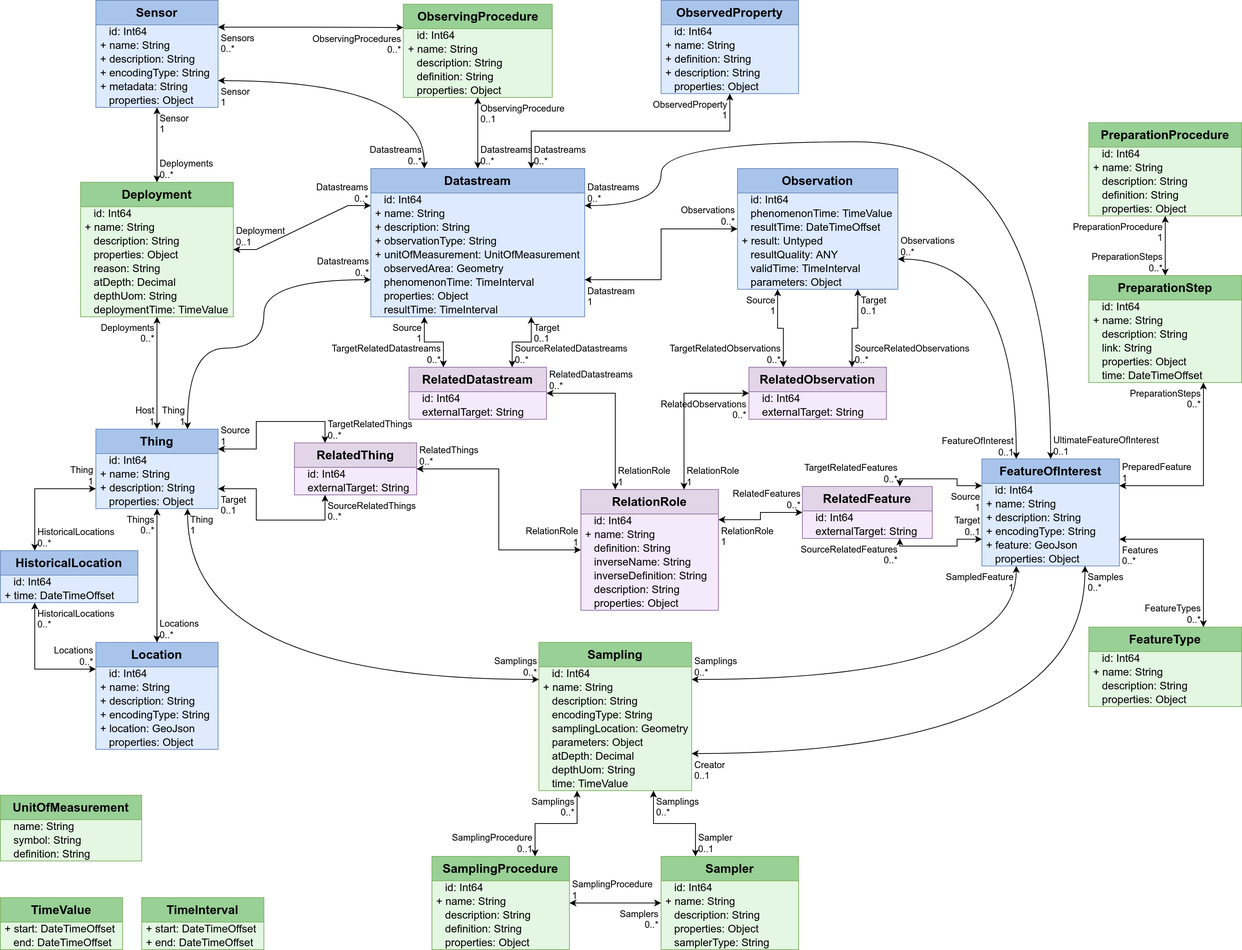
Before: Datamodel-SensorThingsApi-WaterQualityIE-implemented.drawio.png, a diagram exported from draw.io (hylkevds/FROST-Server.Plugin.WaterQualityIE). Source tidied: cells renumbered, new cells last; positions are measured from the earlier drawing's top-left corner, leaving out a move shared by most shapes.
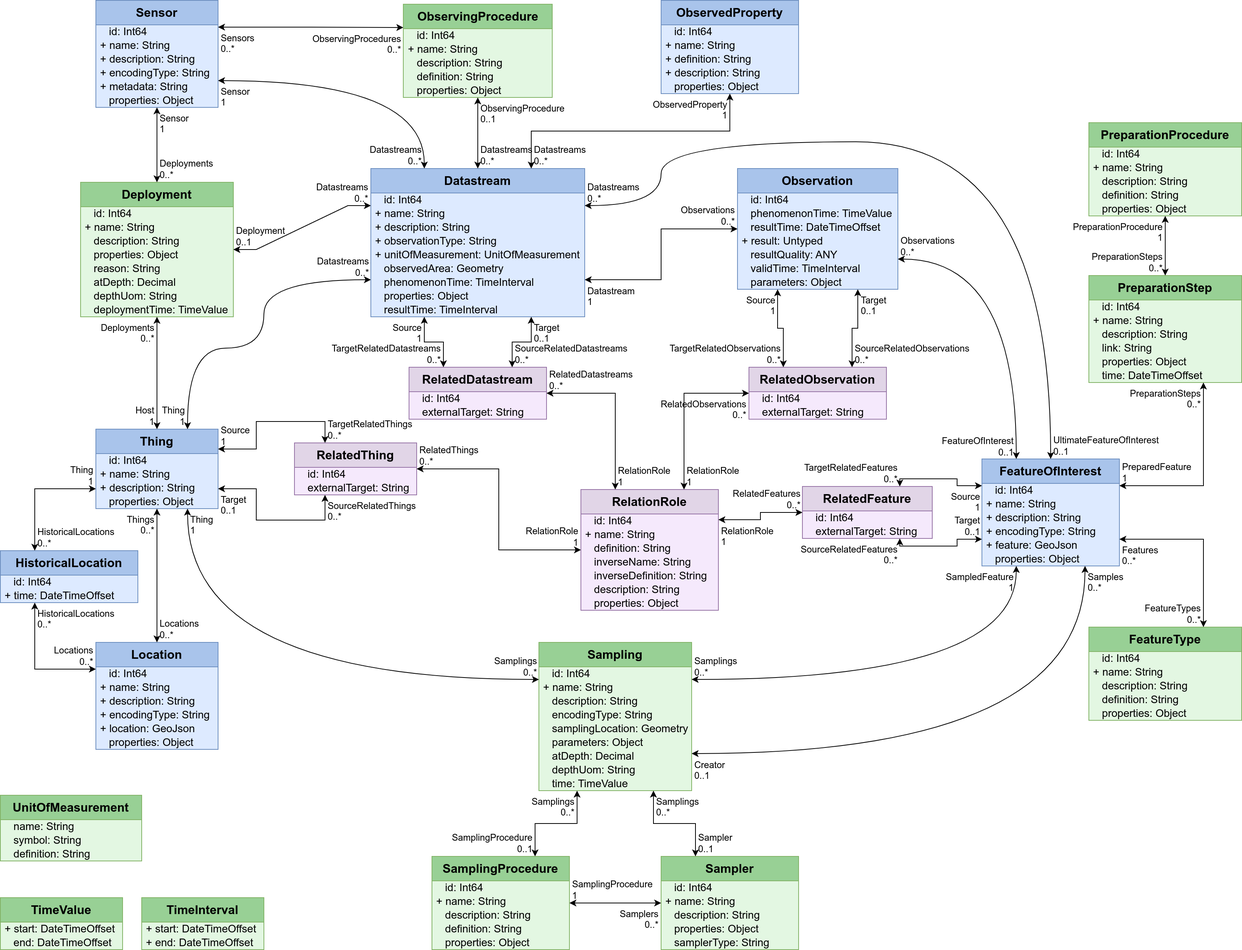
The same file after the commit.

Commit message:
Added definition field to FeatureType

Change to the diagram source:
```diff
@@ -96,7 +96,7 @@
       <mxGeometry x="1" relative="1" as="geometry" />
     </mxCell>
     <mxCell id="31" value="FeatureType" style="swimlane;fontStyle=1;horizontal=1;startSize=32;fontSize=16;whiteSpace=wrap;html=1;fillColor=#98D095;strokeColor=#82b366;swimlaneFillColor=#E3F7E2;" parent="1" vertex="1">
-      <mxGeometry x="1425" y="820" width="200" height="104" as="geometry" />
+      <mxGeometry x="1425" y="820" width="200" height="122" as="geometry" />
     </mxCell>
     <mxCell id="32" value="&amp;nbsp;&amp;nbsp;&amp;nbsp;id: Int64" style="text;strokeColor=none;fillColor=none;align=left;verticalAlign=middle;spacingLeft=4;spacingRight=4;overflow=visible;html=1;fontSize=14;" parent="31" vertex="1">
       <mxGeometry y="32" width="200" height="18" as="geometry" />
@@ -107,8 +107,11 @@
     <mxCell id="34" value="&amp;nbsp;&amp;nbsp;&amp;nbsp;description: String" style="text;strokeColor=none;fillColor=none;align=left;verticalAlign=middle;spacingLeft=4;spacingRight=4;overflow=visible;html=1;fontSize=14;" parent="31" vertex="1">
       <mxGeometry y="68" width="200" height="18" as="geometry" />
     </mxCell>
+    <mxCell id="245" value="&amp;nbsp;&amp;nbsp;&amp;nbsp;definition: String" style="text;strokeColor=none;fillColor=none;align=left;verticalAlign=middle;spacingLeft=4;spacingRight=4;overflow=visible;html=1;fontSize=14;" parent="31" vertex="1">
+      <mxGeometry y="86" width="200" height="18" as="geometry" />
+    </mxCell>
     <mxCell id="35" value="&amp;nbsp;&amp;nbsp;&amp;nbsp;properties: Object" style="text;strokeColor=none;fillColor=none;align=left;verticalAlign=middle;spacingLeft=4;spacingRight=4;overflow=visible;html=1;fontSize=14;" parent="31" vertex="1">
-      <mxGeometry y="86" width="200" height="18" as="geometry" />
+      <mxGeometry y="104" width="200" height="18" as="geometry" />
     </mxCell>
     <mxCell id="36" style="endArrow=classic;startArrow=classic;html=1;rounded=0;edgeStyle=orthogonalEdgeStyle;entryX=1;entryY=0.75;entryDx=0;entryDy=0;exitX=0.75;exitY=0;exitDx=0;exitDy=0;" parent="1" edge="1" source="31" target="21">
       <mxGeometry relative="1" as="geometry" />
```
